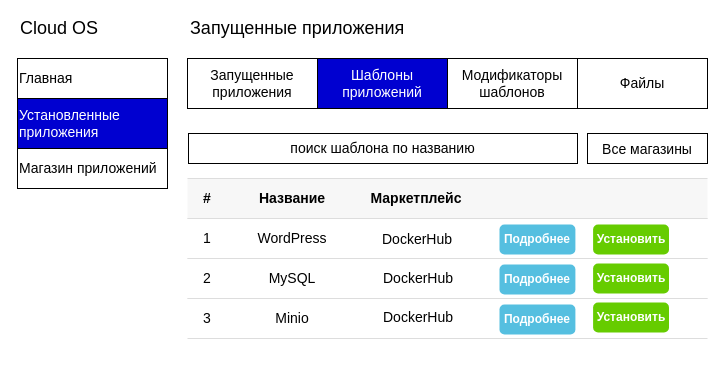
Before: page "Шаблоны-приложений" (2 of 4) of docs/technical-tasks/02-marketplace/Маркетплейс.drawio in bayrell-os/cloud_os_standard, a draw.io diagram. Source tidied: cells renumbered, new cells numbered last; positions are measured from the earlier drawing's top-left corner, leaving out a move shared by most shapes. Both pictures are drawn from the tidied source at 100%, with x=0, y=0 at pixel (17, 18).
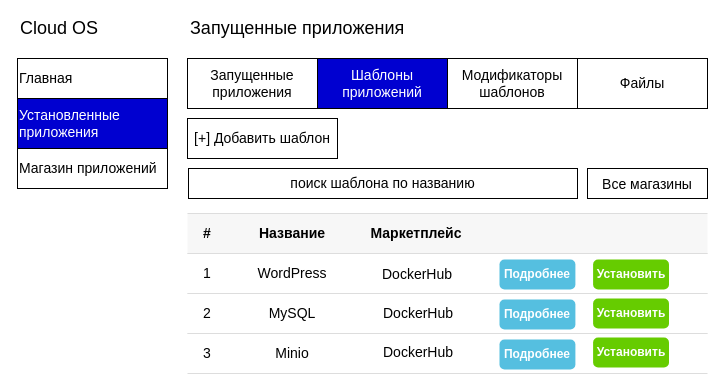
The same page after the edit.

The edit, as a diff of the source:
```diff
@@
     <mxCell id="10" style="html=1;shadow=0;dashed=0;shape=partialRectangle;top=0;bottom=0;right=0;left=0;strokeColor=#dddddd;labelBackgroundColor=none;fillColor=#ffffff;fontSize=14;fontColor=#000000;align=left;" parent="1" vertex="1">
-      <mxGeometry x="170" y="160" width="520" height="160" as="geometry" />
+      <mxGeometry x="170" y="195" width="520" height="160" as="geometry" />
     </mxCell>
@@
     <mxCell id="33" value="поиск шаблона по названию" style="rounded=0;whiteSpace=wrap;html=1;labelBackgroundColor=none;fillColor=#ffffff;fontSize=14;fontColor=#000000;align=center;" parent="1" vertex="1">
-      <mxGeometry x="171" y="115" width="389" height="30" as="geometry" />
+      <mxGeometry x="171" y="150" width="389" height="30" as="geometry" />
     </mxCell>
@@
     <mxCell id="35" value="&lt;span style=&quot;font-size: 14px&quot;&gt;Все магазины&lt;/span&gt;" style="rounded=0;whiteSpace=wrap;html=1;labelBackgroundColor=none;fillColor=#ffffff;fontSize=18;fontColor=#000000;align=center;" parent="1" vertex="1">
-      <mxGeometry x="570" y="115" width="120" height="30" as="geometry" />
+      <mxGeometry x="570" y="150" width="120" height="30" as="geometry" />
     </mxCell>
+    <mxCell id="36" value="[+] Добавить шаблон" style="rounded=0;whiteSpace=wrap;html=1;labelBackgroundColor=none;fillColor=#ffffff;fontSize=14;fontColor=#000000;align=center;" parent="1" vertex="1">
+      <mxGeometry x="170" y="100" width="150" height="40" as="geometry" />
+    </mxCell>
```
